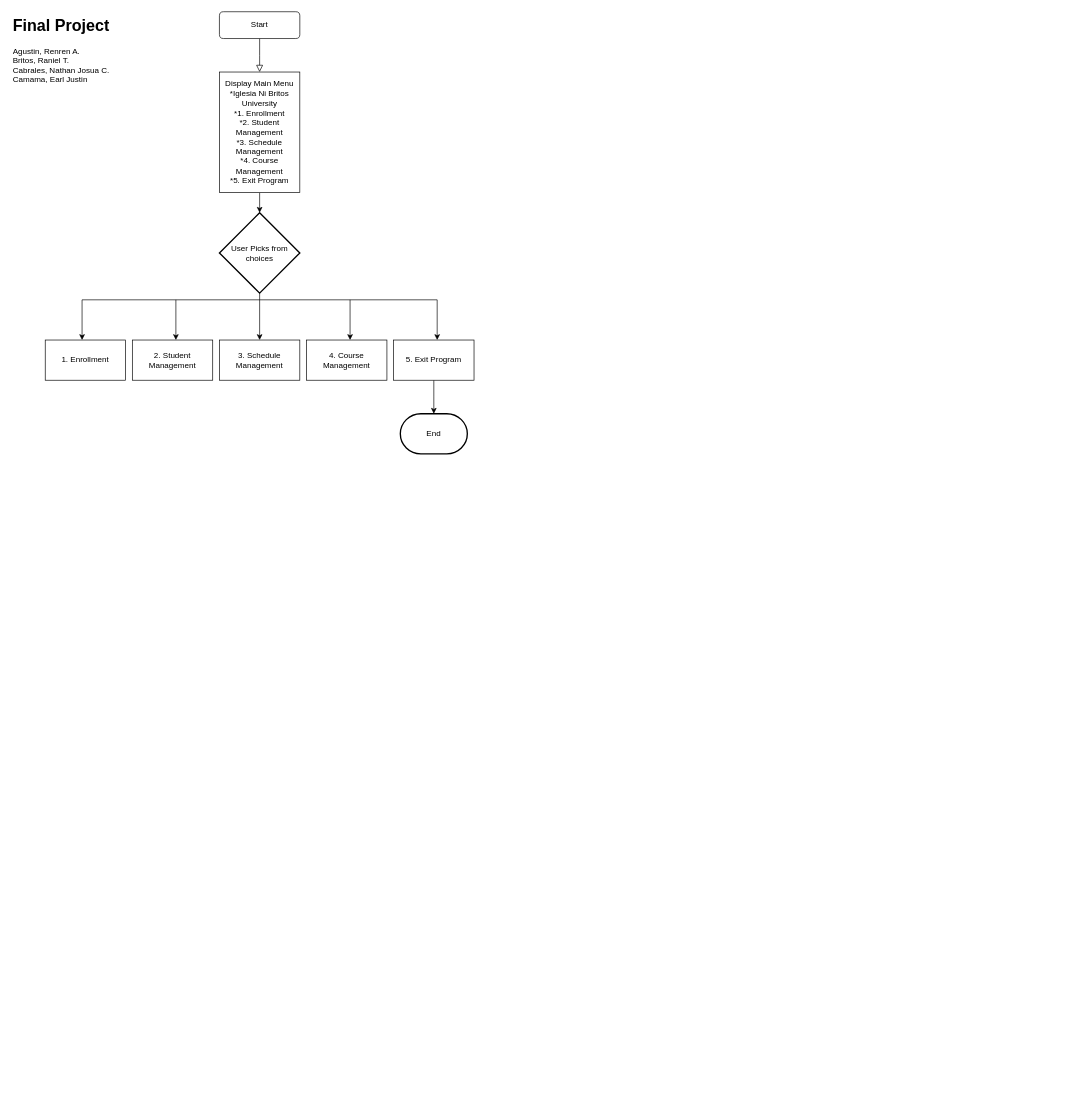
This is Untitled Diagram.drawio from INB-Nathan/CSS0015, a draw.io file, before an edit. Source tidied: cells renumbered, new cells numbered last; positions are measured from the earlier drawing's top-left corner, leaving out a move shared by most shapes. Both pictures are drawn from the tidied source at 67%, with x=0, y=0 at pixel (11, 11).
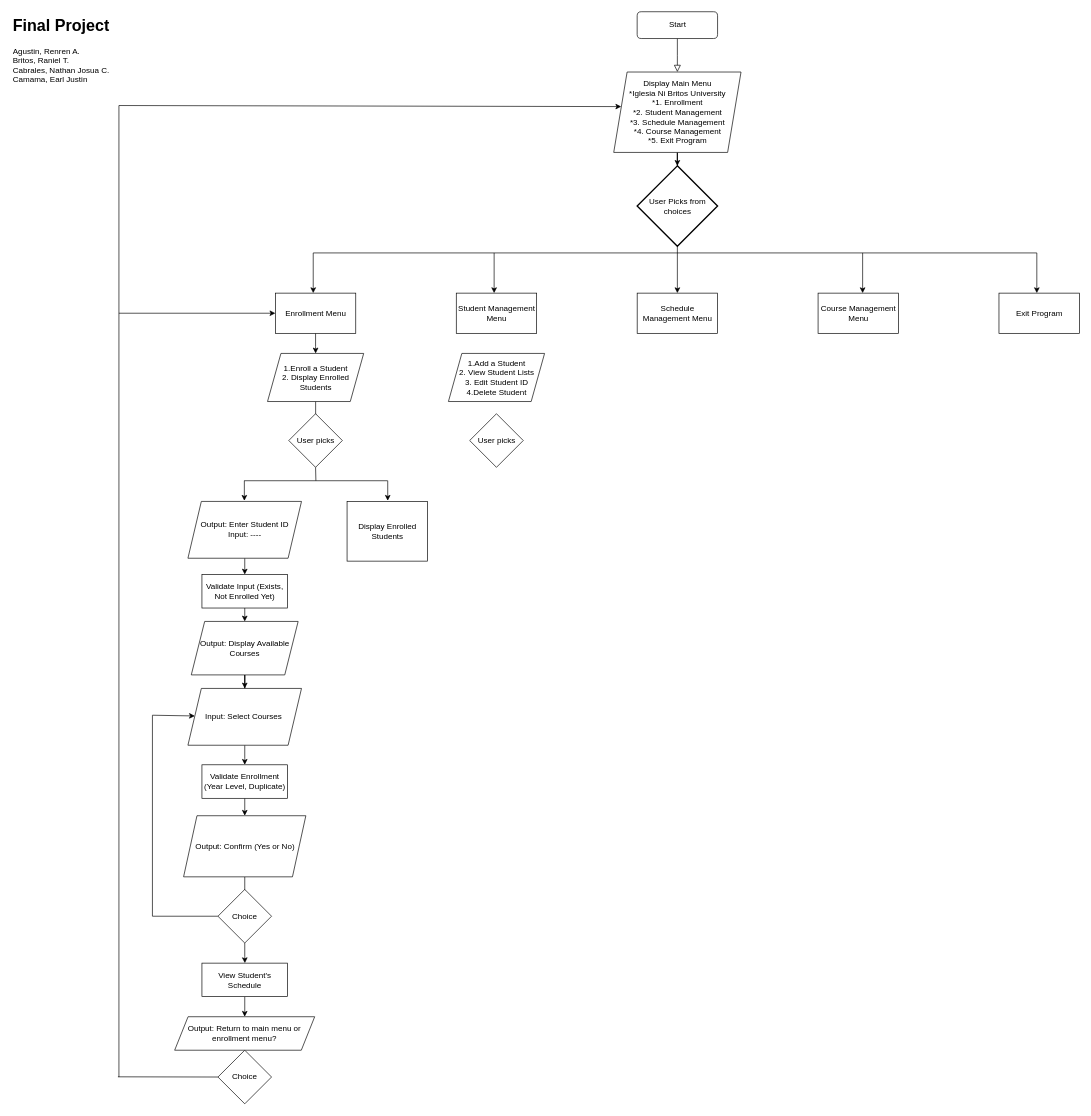
The same page after the edit.

Diff of the diagram source:
```diff
@@
     <mxCell id="2" style="rounded=0;html=1;jettySize=auto;fontSize=11;endArrow=block;endFill=0;endSize=8;strokeWidth=1;shadow=0;labelBackgroundColor=none;edgeStyle=orthogonalEdgeStyle;" parent="1" edge="1" source="3">
       <mxGeometry relative="1" as="geometry">
-        <mxPoint x="370" y="90" as="targetPoint" />
+        <mxPoint x="993.5" y="90" as="targetPoint" />
       </mxGeometry>
     </mxCell>
     <mxCell id="3" value="Start" style="rounded=1;whiteSpace=wrap;html=1;fontSize=12;glass=0;strokeWidth=1;shadow=0;" parent="1" vertex="1">
-      <mxGeometry x="310" width="120" height="40" as="geometry" />
+      <mxGeometry x="933.5" width="120" height="40" as="geometry" />
     </mxCell>
@@
-    <mxCell id="5" style="edgeStyle=orthogonalEdgeStyle;rounded=0;jettySize=auto;html=1;" parent="1" edge="1" source="6">
-      <mxGeometry relative="1" as="geometry">
-        <mxPoint x="370" y="300" as="targetPoint" />
-      </mxGeometry>
-    </mxCell>
-    <mxCell id="6" value="Display Main Menu&lt;div&gt;*Iglesia Ni Britos University&lt;/div&gt;&lt;div&gt;*1. Enrollment&lt;br&gt;*2. Student Management&lt;br&gt;*3. Schedule Management&lt;br&gt;*4. Course Management&lt;br&gt;*5. Exit Program&lt;/div&gt;" style="rounded=0;whiteSpace=wrap;html=1;" parent="1" vertex="1">
-      <mxGeometry x="310" y="90" width="120" height="180" as="geometry" />
-    </mxCell>
     <mxCell id="7" value="User Picks from choices" style="strokeWidth=2;html=1;shape=mxgraph.flowchart.decision;whiteSpace=wrap;" parent="1" vertex="1">
-      <mxGeometry x="310" y="300" width="120" height="120" as="geometry" />
+      <mxGeometry x="933.5" y="230" width="120" height="120" as="geometry" />
     </mxCell>
-    <mxCell id="8" value="2. Student Management" style="rounded=0;whiteSpace=wrap;html=1;" parent="1" vertex="1">
-      <mxGeometry x="180" y="490" width="120" height="60" as="geometry" />
+    <mxCell id="8" value="Student Management Menu" style="rounded=0;whiteSpace=wrap;html=1;" parent="1" vertex="1">
+      <mxGeometry x="663.5" y="420" width="120" height="60" as="geometry" />
     </mxCell>
-    <mxCell id="9" value="4. Course Management" style="rounded=0;whiteSpace=wrap;html=1;" parent="1" vertex="1">
-      <mxGeometry x="440" y="490" width="120" height="60" as="geometry" />
+    <mxCell id="9" value="Course Management Menu" style="rounded=0;whiteSpace=wrap;html=1;" parent="1" vertex="1">
+      <mxGeometry x="1203.5" y="420" width="120" height="60" as="geometry" />
     </mxCell>
-    <mxCell id="10" value="3. Schedule Management" style="rounded=0;whiteSpace=wrap;html=1;" parent="1" vertex="1">
-      <mxGeometry x="310" y="490" width="120" height="60" as="geometry" />
+    <mxCell id="10" value="Schedule Management Menu" style="rounded=0;whiteSpace=wrap;html=1;" parent="1" vertex="1">
+      <mxGeometry x="933.5" y="420" width="120" height="60" as="geometry" />
     </mxCell>
+    <mxCell id="21" style="edgeStyle=orthogonalEdgeStyle;rounded=0;jettySize=auto;html=1;" parent="1" edge="1" source="11" target="24">
+      <mxGeometry relative="1" as="geometry" />
+    </mxCell>
-    <mxCell id="11" value="1. Enrollment" style="rounded=0;whiteSpace=wrap;html=1;" parent="1" vertex="1">
-      <mxGeometry x="50" y="490" width="120" height="60" as="geometry" />
+    <mxCell id="11" value="Enrollment Menu" style="rounded=0;whiteSpace=wrap;html=1;" parent="1" vertex="1">
+      <mxGeometry x="393.5" y="420" width="120" height="60" as="geometry" />
     </mxCell>
-    <mxCell id="12" style="edgeStyle=orthogonalEdgeStyle;rounded=0;jettySize=auto;html=1;entryX=0.5;entryY=0;entryDx=0;entryDy=0;" parent="1" edge="1" source="13">
-      <mxGeometry relative="1" as="geometry">
-        <mxPoint x="630" y="600" as="targetPoint" />
-      </mxGeometry>
-    </mxCell>
-    <mxCell id="13" value="5. Exit Program" style="rounded=0;whiteSpace=wrap;html=1;" parent="1" vertex="1">
-      <mxGeometry x="570" y="490" width="120" height="60" as="geometry" />
+    <mxCell id="13" value="Exit Program" style="rounded=0;whiteSpace=wrap;html=1;" parent="1" vertex="1">
+      <mxGeometry x="1473.5" y="420" width="120" height="60" as="geometry" />
     </mxCell>
@@
     <mxCell id="15" style="endArrow=none;html=1;rounded=0;" parent="1" edge="1">
       <mxGeometry relative="1" as="geometry">
-        <mxPoint x="105" y="430" as="sourcePoint" />
-        <mxPoint x="635" y="430" as="targetPoint" />
+        <mxPoint x="450" y="360" as="sourcePoint" />
+        <mxPoint x="1530" y="360" as="targetPoint" />
       </mxGeometry>
     </mxCell>
     <mxCell id="16" style="endArrow=classic;html=1;rounded=0;entryX=0.5;entryY=0;entryDx=0;entryDy=0;" parent="1" edge="1">
       <mxGeometry relative="1" as="geometry">
-        <mxPoint x="105" y="430" as="sourcePoint" />
-        <mxPoint x="105" y="490" as="targetPoint" />
+        <mxPoint x="450" y="360" as="sourcePoint" />
+        <mxPoint x="450" y="420" as="targetPoint" />
       </mxGeometry>
     </mxCell>
     <mxCell id="17" style="endArrow=classic;html=1;rounded=0;entryX=0.5;entryY=0;entryDx=0;entryDy=0;" parent="1" edge="1">
       <mxGeometry relative="1" as="geometry">
-        <mxPoint x="245" y="430" as="sourcePoint" />
-        <mxPoint x="245" y="490" as="targetPoint" />
+        <mxPoint x="720" y="360" as="sourcePoint" />
+        <mxPoint x="720" y="420" as="targetPoint" />
       </mxGeometry>
     </mxCell>
     <mxCell id="18" style="endArrow=classic;html=1;rounded=0;entryX=0.5;entryY=0;entryDx=0;entryDy=0;" parent="1" edge="1">
       <mxGeometry relative="1" as="geometry">
-        <mxPoint x="505" y="430" as="sourcePoint" />
-        <mxPoint x="505" y="490" as="targetPoint" />
+        <mxPoint x="1270" y="360" as="sourcePoint" />
+        <mxPoint x="1270" y="420" as="targetPoint" />
       </mxGeometry>
     </mxCell>
     <mxCell id="19" style="endArrow=classic;html=1;rounded=0;entryX=0.5;entryY=0;entryDx=0;entryDy=0;" parent="1" edge="1">
       <mxGeometry relative="1" as="geometry">
-        <mxPoint x="635" y="430" as="sourcePoint" />
-        <mxPoint x="635" y="490" as="targetPoint" />
+        <mxPoint x="1530" y="360" as="sourcePoint" />
+        <mxPoint x="1530" y="420" as="targetPoint" />
       </mxGeometry>
     </mxCell>
-    <mxCell id="20" value="End" style="strokeWidth=2;html=1;shape=mxgraph.flowchart.terminator;whiteSpace=wrap;" parent="1" vertex="1">
-      <mxGeometry x="580" y="600" width="100" height="60" as="geometry" />
-    </mxCell>
+    <mxCell id="22" style="edgeStyle=orthogonalEdgeStyle;rounded=0;jettySize=auto;html=1;" parent="1" edge="1" source="6" target="7">
+      <mxGeometry relative="1" as="geometry" />
+    </mxCell>
+    <mxCell id="6" value="Display Main Menu&lt;div&gt;*Iglesia Ni Britos University&lt;/div&gt;&lt;div&gt;*1. Enrollment&lt;br&gt;*2. Student Management&lt;br&gt;*3. Schedule Management&lt;br&gt;*4. Course Management&lt;br&gt;*5. Exit Program&lt;/div&gt;" style="shape=parallelogram;perimeter=parallelogramPerimeter;whiteSpace=wrap;html=1;fixedSize=1;" parent="1" vertex="1">
+      <mxGeometry x="898.5" y="90" width="190" height="120" as="geometry" />
+    </mxCell>
+    <mxCell id="23" style="edgeStyle=orthogonalEdgeStyle;rounded=0;jettySize=auto;html=1;" parent="1" edge="1" source="24" target="25">
+      <mxGeometry relative="1" as="geometry" />
+    </mxCell>
+    <mxCell id="24" value="1.Enroll a Student&lt;div&gt;2. Display Enrolled Students&lt;/div&gt;" style="shape=parallelogram;perimeter=parallelogramPerimeter;whiteSpace=wrap;html=1;fixedSize=1;" parent="1" vertex="1">
+      <mxGeometry x="381.8" y="510" width="143.5" height="71.8" as="geometry" />
+    </mxCell>
+    <mxCell id="25" value="User picks" style="rhombus;whiteSpace=wrap;html=1;" parent="1" vertex="1">
+      <mxGeometry x="413.5" y="600" width="80" height="80" as="geometry" />
+    </mxCell>
+    <mxCell id="26" style="edgeStyle=orthogonalEdgeStyle;rounded=0;jettySize=auto;html=1;" parent="1" edge="1" source="27" target="34">
+      <mxGeometry relative="1" as="geometry" />
+    </mxCell>
+    <mxCell id="27" value="&lt;div style=&quot;&quot;&gt;&lt;span style=&quot;background-color: initial;&quot;&gt;Output: Enter Student ID&lt;/span&gt;&lt;/div&gt;&lt;div style=&quot;&quot;&gt;Input: ----&lt;/div&gt;" style="shape=parallelogram;perimeter=parallelogramPerimeter;whiteSpace=wrap;html=1;fixedSize=1;align=center;" parent="1" vertex="1">
+      <mxGeometry x="263" y="730.9" width="169.5" height="84.8" as="geometry" />
+    </mxCell>
+    <mxCell id="28" value="Display Enrolled Students" style="rounded=0;whiteSpace=wrap;html=1;" parent="1" vertex="1">
+      <mxGeometry x="500.5" y="730.9" width="120" height="89.1" as="geometry" />
+    </mxCell>
+    <mxCell id="29" style="endArrow=none;html=1;rounded=0;" parent="1" edge="1">
+      <mxGeometry relative="1" as="geometry">
+        <mxPoint x="347" y="700" as="sourcePoint" />
+        <mxPoint x="561" y="700" as="targetPoint" />
+      </mxGeometry>
+    </mxCell>
+    <mxCell id="30" style="endArrow=classic;html=1;rounded=0;" parent="1" edge="1">
+      <mxGeometry relative="1" as="geometry">
+        <mxPoint x="561.2" y="699.9" as="sourcePoint" />
+        <mxPoint x="561.2" y="729.9" as="targetPoint" />
+      </mxGeometry>
+    </mxCell>
+    <mxCell id="31" style="endArrow=classic;html=1;rounded=0;" parent="1" edge="1">
+      <mxGeometry relative="1" as="geometry">
+        <mxPoint x="347.2" y="699.9" as="sourcePoint" />
+        <mxPoint x="347.2" y="729.9" as="targetPoint" />
+      </mxGeometry>
+    </mxCell>
+    <mxCell id="32" style="endArrow=none;html=1;rounded=0;entryX=0.5;entryY=1;entryDx=0;entryDy=0;" parent="1" edge="1" target="25">
+      <mxGeometry relative="1" as="geometry">
+        <mxPoint x="454" y="700" as="sourcePoint" />
+      </mxGeometry>
+    </mxCell>
+    <mxCell id="33" style="edgeStyle=orthogonalEdgeStyle;rounded=0;jettySize=auto;html=1;" parent="1" edge="1" source="34">
+      <mxGeometry relative="1" as="geometry">
+        <mxPoint x="347.8" y="910" as="targetPoint" />
+      </mxGeometry>
+    </mxCell>
+    <mxCell id="34" value="Validate Input (Exists, Not Enrolled Yet)" style="rounded=0;whiteSpace=wrap;html=1;" parent="1" vertex="1">
+      <mxGeometry x="283.9" y="840" width="127.8" height="50" as="geometry" />
+    </mxCell>
+    <mxCell id="35" style="edgeStyle=orthogonalEdgeStyle;rounded=0;jettySize=auto;html=1;" parent="1" edge="1" source="36" target="38">
+      <mxGeometry relative="1" as="geometry" />
+    </mxCell>
+    <mxCell id="36" value="Output: Display Available Courses" style="shape=parallelogram;perimeter=parallelogramPerimeter;whiteSpace=wrap;html=1;fixedSize=1;" parent="1" vertex="1">
+      <mxGeometry x="268" y="910" width="159.5" height="79.8" as="geometry" />
+    </mxCell>
+    <mxCell id="37" style="edgeStyle=orthogonalEdgeStyle;rounded=0;jettySize=auto;html=1;" parent="1" edge="1" source="38" target="40">
+      <mxGeometry relative="1" as="geometry" />
+    </mxCell>
+    <mxCell id="38" value="Input: Select Courses&amp;nbsp;" style="shape=parallelogram;perimeter=parallelogramPerimeter;whiteSpace=wrap;html=1;fixedSize=1;" parent="1" vertex="1">
+      <mxGeometry x="263" y="1010" width="169.5" height="84.8" as="geometry" />
+    </mxCell>
+    <mxCell id="39" style="edgeStyle=orthogonalEdgeStyle;rounded=0;jettySize=auto;html=1;" parent="1" edge="1" source="40" target="42">
+      <mxGeometry relative="1" as="geometry" />
+    </mxCell>
+    <mxCell id="40" value="Validate Enrollment (Year Level, Duplicate)" style="rounded=0;whiteSpace=wrap;html=1;" parent="1" vertex="1">
+      <mxGeometry x="283.9" y="1124" width="127.8" height="50" as="geometry" />
+    </mxCell>
+    <mxCell id="41" style="edgeStyle=orthogonalEdgeStyle;rounded=0;jettySize=auto;html=1;" parent="1" edge="1" source="42" target="44">
+      <mxGeometry relative="1" as="geometry" />
+    </mxCell>
+    <mxCell id="42" value="Output: Confirm (Yes or No)" style="shape=parallelogram;perimeter=parallelogramPerimeter;whiteSpace=wrap;html=1;fixedSize=1;" parent="1" vertex="1">
+      <mxGeometry x="256.5" y="1200" width="182.5" height="91.2" as="geometry" />
+    </mxCell>
+    <mxCell id="43" style="edgeStyle=orthogonalEdgeStyle;rounded=0;jettySize=auto;html=1;" parent="1" edge="1" source="44">
+      <mxGeometry relative="1" as="geometry">
+        <mxPoint x="348" y="1420" as="targetPoint" />
+      </mxGeometry>
+    </mxCell>
+    <mxCell id="44" value="Choice" style="rhombus;whiteSpace=wrap;html=1;" parent="1" vertex="1">
+      <mxGeometry x="307.8" y="1310" width="80" height="80" as="geometry" />
+    </mxCell>
+    <mxCell id="45" style="endArrow=none;html=1;rounded=0;entryX=0;entryY=0.5;entryDx=0;entryDy=0;" parent="1" edge="1" target="44">
+      <mxGeometry relative="1" as="geometry">
+        <mxPoint x="210" y="1350" as="sourcePoint" />
+      </mxGeometry>
+    </mxCell>
+    <mxCell id="46" style="endArrow=none;html=1;rounded=0;" parent="1" edge="1">
+      <mxGeometry relative="1" as="geometry">
+        <mxPoint x="210" y="1350" as="sourcePoint" />
+        <mxPoint x="210" y="1050" as="targetPoint" />
+      </mxGeometry>
+    </mxCell>
+    <mxCell id="47" style="endArrow=classic;html=1;rounded=0;" parent="1" edge="1" target="38">
+      <mxGeometry relative="1" as="geometry">
+        <mxPoint x="210" y="1050" as="sourcePoint" />
+      </mxGeometry>
+    </mxCell>
+    <mxCell id="48" style="edgeStyle=orthogonalEdgeStyle;rounded=0;jettySize=auto;html=1;" parent="1" edge="1" source="49" target="50">
+      <mxGeometry relative="1" as="geometry" />
+    </mxCell>
+    <mxCell id="49" value="View Student's Schedule" style="rounded=0;whiteSpace=wrap;html=1;" parent="1" vertex="1">
+      <mxGeometry x="283.9" y="1420" width="127.8" height="50" as="geometry" />
+    </mxCell>
+    <mxCell id="50" value="Output: Return to main menu or enrollment menu?" style="shape=parallelogram;perimeter=parallelogramPerimeter;whiteSpace=wrap;html=1;fixedSize=1;" parent="1" vertex="1">
+      <mxGeometry x="243.2" y="1500" width="209" height="50" as="geometry" />
+    </mxCell>
+    <mxCell id="51" value="Choice" style="rhombus;whiteSpace=wrap;html=1;" parent="1" vertex="1">
+      <mxGeometry x="307.8" y="1550" width="80" height="80" as="geometry" />
+    </mxCell>
+    <mxCell id="52" style="endArrow=none;html=1;rounded=0;entryX=0;entryY=0.5;entryDx=0;entryDy=0;" parent="1" edge="1" target="51">
+      <mxGeometry relative="1" as="geometry">
+        <mxPoint x="158.5" y="1589.7" as="sourcePoint" />
+      </mxGeometry>
+    </mxCell>
+    <mxCell id="53" style="endArrow=none;html=1;rounded=0;" parent="1" edge="1">
+      <mxGeometry relative="1" as="geometry">
+        <mxPoint x="160" y="1590" as="sourcePoint" />
+        <mxPoint x="160" y="140" as="targetPoint" />
+      </mxGeometry>
+    </mxCell>
+    <mxCell id="54" style="endArrow=classic;html=1;rounded=0;entryX=0.059;entryY=0.43;entryDx=0;entryDy=0;entryPerimeter=0;" parent="1" edge="1" target="6">
+      <mxGeometry relative="1" as="geometry">
+        <mxPoint x="160" y="140" as="sourcePoint" />
+      </mxGeometry>
+    </mxCell>
+    <mxCell id="55" style="endArrow=classic;html=1;rounded=0;entryX=0;entryY=0.5;entryDx=0;entryDy=0;" parent="1" edge="1" target="11">
+      <mxGeometry relative="1" as="geometry">
+        <mxPoint x="160" y="450" as="sourcePoint" />
+      </mxGeometry>
+    </mxCell>
+    <mxCell id="56" value="1.Add a Student&lt;div&gt;2. View Student Lists&lt;/div&gt;&lt;div&gt;3. Edit Student ID&lt;/div&gt;&lt;div&gt;4.Delete Student&lt;/div&gt;" style="shape=parallelogram;perimeter=parallelogramPerimeter;whiteSpace=wrap;html=1;fixedSize=1;" parent="1" vertex="1">
+      <mxGeometry x="651.8" y="510" width="143.5" height="71.8" as="geometry" />
+    </mxCell>
+    <mxCell id="57" value="User picks" style="rhombus;whiteSpace=wrap;html=1;" parent="1" vertex="1">
+      <mxGeometry x="683.5" y="600" width="80" height="80" as="geometry" />
+    </mxCell>
```
